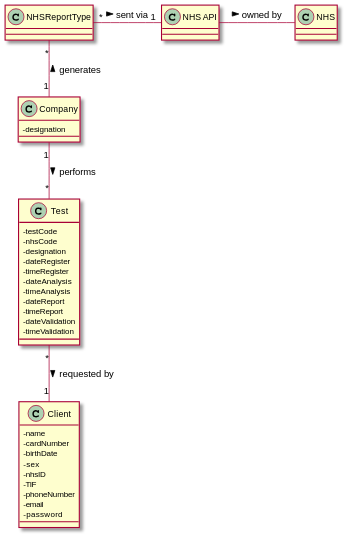
Above: docs/SprintD/US18/US18_DM.svg in MadDinosaur/ISEP-LAPR2 (PlantUML), before the change. Source of this version:
```plantuml
@startuml

skinparam classAttributeIconSize 0

class Company {
-designation
}
class Test {
-testCode
-nhsCode
-designation
-dateRegister
-timeRegister
-dateAnalysis
-timeAnalysis
-dateReport
-timeReport
-dateValidation
-timeValidation
}
class Client {
-name
-cardNumber
-birthDate
-sex
-nhsID
-TIF
-phoneNumber
-email
-password
}

"NHS API" "1"-left-"*" NHSReportType : sent via <
"NHS API" -right- NHS : owned by >
NHSReportType "*"--"1" Company : generates <
Test "*"-up-"1" Company : performs <
Test "*"--"1" Client : requested by >

@enduml
```
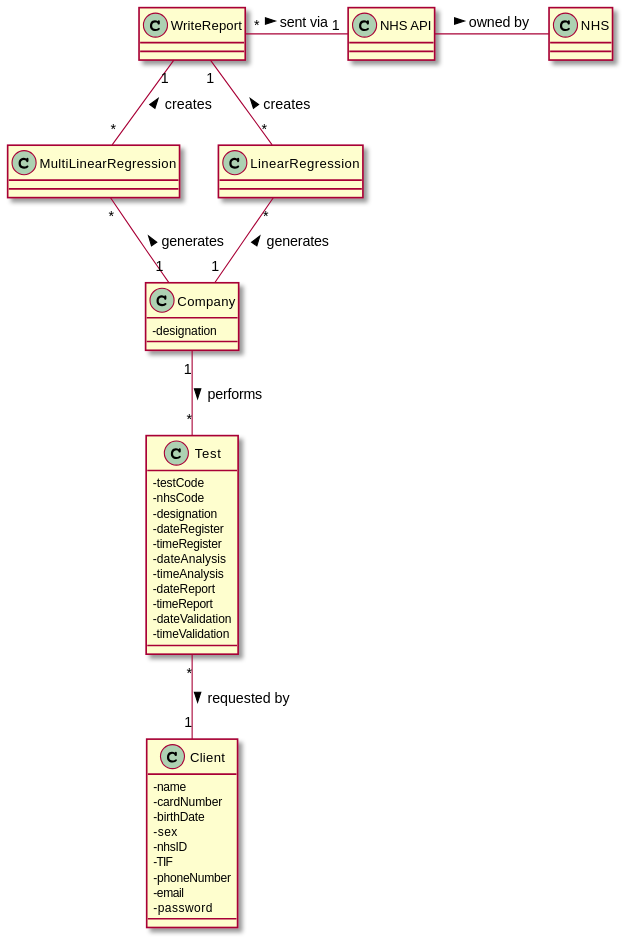
Later version of the same file.

Diff of the diagram source:
```diff
@@ -29,10 +29,19 @@
 -email
 -password
 }
+class MultiLinearRegression{
+}
+class LinearRegression{
+}
+class WriteReport{
+}
 
-"NHS API" "1"-left-"*" NHSReportType : sent via <
+"NHS API" "1"-left-"*" WriteReport : sent via <
 "NHS API" -right- NHS : owned by >
-NHSReportType "*"--"1" Company : generates <
+MultiLinearRegression "*"--"1" Company : generates <
+LinearRegression "*"--"1" Company : generates <
+MultiLinearRegression "*"-up-"1" WriteReport : creates >
+LinearRegression "*"-up-"1" WriteReport : creates >
 Test "*"-up-"1" Company : performs <
 Test "*"--"1" Client : requested by >
 
```
